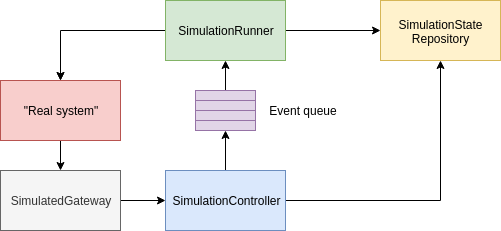
This is docs/img/simulation.png from outech-robotic/code, a draw.io export, as it was before one commit. Source tidied: cells renumbered, new cells last; positions are measured from the earlier drawing's top-left corner, leaving out a move shared by most shapes. Source of this version:
```xml
<mxGraphModel>
  <root>
    <mxCell id="0" />
    <mxCell id="1" parent="0" />
    <mxCell id="2" style="edgeStyle=orthogonalEdgeStyle;rounded=0;jettySize=auto;html=1;" parent="1" edge="1" source="3" target="6">
      <mxGeometry relative="1" as="geometry" />
    </mxCell>
    <mxCell id="3" value="SimulatedGateway" style="rounded=0;whiteSpace=wrap;html=1;fillColor=#f5f5f5;strokeColor=#666666;fontColor=#333333;" parent="1" vertex="1">
      <mxGeometry y="170" width="120" height="60" as="geometry" />
    </mxCell>
    <mxCell id="4" style="edgeStyle=orthogonalEdgeStyle;rounded=0;jettySize=auto;html=1;exitX=0.5;exitY=0;exitDx=0;exitDy=0;entryX=0.5;entryY=1;entryDx=0;entryDy=0;" parent="1" edge="1" source="6" target="18">
      <mxGeometry relative="1" as="geometry" />
    </mxCell>
    <mxCell id="5" style="edgeStyle=orthogonalEdgeStyle;rounded=0;jettySize=auto;html=1;exitX=1;exitY=0.5;exitDx=0;exitDy=0;entryX=0.5;entryY=1;entryDx=0;entryDy=0;" parent="1" edge="1" source="6" target="10">
      <mxGeometry relative="1" as="geometry" />
    </mxCell>
    <mxCell id="6" value="SimulationController" style="rounded=0;whiteSpace=wrap;html=1;fillColor=#dae8fc;strokeColor=#6c8ebf;" parent="1" vertex="1">
      <mxGeometry x="165" y="170" width="120" height="60" as="geometry" />
    </mxCell>
    <mxCell id="7" style="edgeStyle=orthogonalEdgeStyle;rounded=0;jettySize=auto;html=1;exitX=0.5;exitY=1;exitDx=0;exitDy=0;" parent="1" edge="1" source="8" target="3">
      <mxGeometry relative="1" as="geometry" />
    </mxCell>
    <mxCell id="8" value="&quot;Real system&quot;" style="rounded=0;whiteSpace=wrap;html=1;fillColor=#f8cecc;strokeColor=#b85450;" parent="1" vertex="1">
      <mxGeometry y="80" width="120" height="60" as="geometry" />
    </mxCell>
    <mxCell id="9" style="edgeStyle=orthogonalEdgeStyle;rounded=0;jettySize=auto;html=1;exitX=0.5;exitY=1;exitDx=0;exitDy=0;entryX=0.5;entryY=0;entryDx=0;entryDy=0;" parent="1" edge="1" target="8">
      <mxGeometry relative="1" as="geometry">
        <mxPoint x="60" y="50" as="sourcePoint" />
      </mxGeometry>
    </mxCell>
    <mxCell id="10" value="SimulationState&lt;br&gt;Repository" style="rounded=0;whiteSpace=wrap;html=1;fillColor=#fff2cc;strokeColor=#d6b656;" parent="1" vertex="1">
      <mxGeometry x="380" width="120" height="60" as="geometry" />
    </mxCell>
    <mxCell id="11" style="edgeStyle=orthogonalEdgeStyle;rounded=0;jettySize=auto;html=1;exitX=1;exitY=0.5;exitDx=0;exitDy=0;entryX=0;entryY=0.5;entryDx=0;entryDy=0;" parent="1" edge="1" source="13" target="10">
      <mxGeometry relative="1" as="geometry" />
    </mxCell>
    <mxCell id="12" style="edgeStyle=orthogonalEdgeStyle;rounded=0;jettySize=auto;html=1;exitX=0;exitY=0.5;exitDx=0;exitDy=0;" parent="1" edge="1" source="13">
      <mxGeometry relative="1" as="geometry">
        <mxPoint x="60" y="80" as="targetPoint" />
      </mxGeometry>
    </mxCell>
    <mxCell id="13" value="SimulationRunner" style="rounded=0;whiteSpace=wrap;html=1;fillColor=#d5e8d4;strokeColor=#82b366;" parent="1" vertex="1">
      <mxGeometry x="165" width="120" height="60" as="geometry" />
    </mxCell>
    <mxCell id="14" style="edgeStyle=orthogonalEdgeStyle;rounded=0;jettySize=auto;html=1;exitX=0.5;exitY=0;exitDx=0;exitDy=0;entryX=0.5;entryY=1;entryDx=0;entryDy=0;" parent="1" edge="1" source="15" target="13">
      <mxGeometry relative="1" as="geometry" />
    </mxCell>
    <mxCell id="15" style="rounded=0;whiteSpace=wrap;html=1;fillColor=#e1d5e7;strokeColor=#9673a6;" parent="1" vertex="1">
      <mxGeometry x="195" y="90" width="60" height="10" as="geometry" />
    </mxCell>
    <mxCell id="16" style="rounded=0;whiteSpace=wrap;html=1;fillColor=#e1d5e7;strokeColor=#9673a6;" parent="1" vertex="1">
      <mxGeometry x="195" y="100" width="60" height="10" as="geometry" />
    </mxCell>
    <mxCell id="17" style="rounded=0;whiteSpace=wrap;html=1;fillColor=#e1d5e7;strokeColor=#9673a6;" parent="1" vertex="1">
      <mxGeometry x="195" y="110" width="60" height="10" as="geometry" />
    </mxCell>
    <mxCell id="18" style="rounded=0;whiteSpace=wrap;html=1;fillColor=#e1d5e7;strokeColor=#9673a6;" parent="1" vertex="1">
      <mxGeometry x="195" y="120" width="60" height="10" as="geometry" />
    </mxCell>
    <mxCell id="19" value="Event queue" style="text;html=1;strokeColor=none;fillColor=none;align=center;verticalAlign=middle;whiteSpace=wrap;rounded=0;" parent="1" vertex="1">
      <mxGeometry x="265" y="100" width="75" height="20" as="geometry" />
    </mxCell>
  </root>
</mxGraphModel>
```
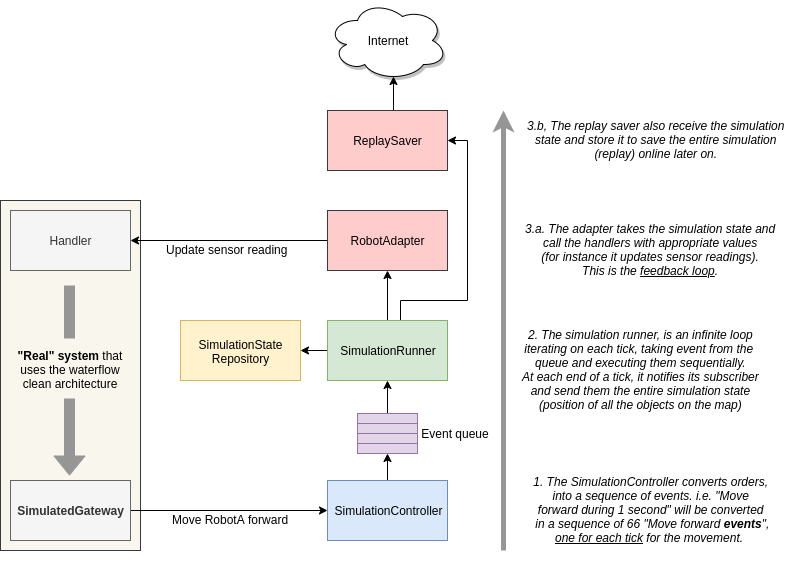
The same diagram one commit later.

The edit, as a diff of the source:
```diff
@@ -2,63 +2,112 @@
   <root>
     <mxCell id="0" />
     <mxCell id="1" parent="0" />
+    <mxCell id="8" style="rounded=0;whiteSpace=wrap;html=1;gradientDirection=east;fillColor=#f9f7ed;strokeColor=#36393d;" parent="1" vertex="1">
+      <mxGeometry x="-170" y="-10" width="140" height="350" as="geometry" />
+    </mxCell>
     <mxCell id="2" style="edgeStyle=orthogonalEdgeStyle;rounded=0;jettySize=auto;html=1;" parent="1" edge="1" source="3" target="6">
       <mxGeometry relative="1" as="geometry" />
     </mxCell>
-    <mxCell id="3" value="SimulatedGateway" style="rounded=0;whiteSpace=wrap;html=1;fillColor=#f5f5f5;strokeColor=#666666;fontColor=#333333;" parent="1" vertex="1">
-      <mxGeometry y="170" width="120" height="60" as="geometry" />
+    <mxCell id="3" value="SimulatedGateway" style="rounded=0;whiteSpace=wrap;html=1;fillColor=#f5f5f5;strokeColor=#666666;fontColor=#333333;fontStyle=1;" parent="1" vertex="1">
+      <mxGeometry x="-160" y="270" width="120" height="60" as="geometry" />
     </mxCell>
     <mxCell id="4" style="edgeStyle=orthogonalEdgeStyle;rounded=0;jettySize=auto;html=1;exitX=0.5;exitY=0;exitDx=0;exitDy=0;entryX=0.5;entryY=1;entryDx=0;entryDy=0;" parent="1" edge="1" source="6" target="18">
       <mxGeometry relative="1" as="geometry" />
     </mxCell>
-    <mxCell id="5" style="edgeStyle=orthogonalEdgeStyle;rounded=0;jettySize=auto;html=1;exitX=1;exitY=0.5;exitDx=0;exitDy=0;entryX=0.5;entryY=1;entryDx=0;entryDy=0;" parent="1" edge="1" source="6" target="10">
-      <mxGeometry relative="1" as="geometry" />
-    </mxCell>
     <mxCell id="6" value="SimulationController" style="rounded=0;whiteSpace=wrap;html=1;fillColor=#dae8fc;strokeColor=#6c8ebf;" parent="1" vertex="1">
-      <mxGeometry x="165" y="170" width="120" height="60" as="geometry" />
+      <mxGeometry x="157" y="270" width="120" height="60" as="geometry" />
     </mxCell>
-    <mxCell id="7" style="edgeStyle=orthogonalEdgeStyle;rounded=0;jettySize=auto;html=1;exitX=0.5;exitY=1;exitDx=0;exitDy=0;" parent="1" edge="1" source="8" target="3">
-      <mxGeometry relative="1" as="geometry" />
-    </mxCell>
-    <mxCell id="8" value="&quot;Real system&quot;" style="rounded=0;whiteSpace=wrap;html=1;fillColor=#f8cecc;strokeColor=#b85450;" parent="1" vertex="1">
-      <mxGeometry y="80" width="120" height="60" as="geometry" />
-    </mxCell>
-    <mxCell id="9" style="edgeStyle=orthogonalEdgeStyle;rounded=0;jettySize=auto;html=1;exitX=0.5;exitY=1;exitDx=0;exitDy=0;entryX=0.5;entryY=0;entryDx=0;entryDy=0;" parent="1" edge="1" target="8">
-      <mxGeometry relative="1" as="geometry">
-        <mxPoint x="60" y="50" as="sourcePoint" />
-      </mxGeometry>
-    </mxCell>
-    <mxCell id="10" value="SimulationState&lt;br&gt;Repository" style="rounded=0;whiteSpace=wrap;html=1;fillColor=#fff2cc;strokeColor=#d6b656;" parent="1" vertex="1">
-      <mxGeometry x="380" width="120" height="60" as="geometry" />
-    </mxCell>
-    <mxCell id="11" style="edgeStyle=orthogonalEdgeStyle;rounded=0;jettySize=auto;html=1;exitX=1;exitY=0.5;exitDx=0;exitDy=0;entryX=0;entryY=0.5;entryDx=0;entryDy=0;" parent="1" edge="1" source="13" target="10">
+    <mxCell id="11" style="edgeStyle=orthogonalEdgeStyle;rounded=0;jettySize=auto;html=1;exitX=0;exitY=0.5;exitDx=0;exitDy=0;entryX=1;entryY=0.5;entryDx=0;entryDy=0;" parent="1" edge="1" source="13" target="10">
       <mxGeometry relative="1" as="geometry" />
     </mxCell>
-    <mxCell id="12" style="edgeStyle=orthogonalEdgeStyle;rounded=0;jettySize=auto;html=1;exitX=0;exitY=0.5;exitDx=0;exitDy=0;" parent="1" edge="1" source="13">
-      <mxGeometry relative="1" as="geometry">
-        <mxPoint x="60" y="80" as="targetPoint" />
-      </mxGeometry>
-    </mxCell>
+    <mxCell id="20" style="edgeStyle=orthogonalEdgeStyle;rounded=0;jettySize=auto;html=1;exitX=0.5;exitY=0;exitDx=0;exitDy=0;entryX=0.5;entryY=1;entryDx=0;entryDy=0;" parent="1" edge="1" source="13" target="29">
+      <mxGeometry relative="1" as="geometry" />
+    </mxCell>
+    <mxCell id="21" style="edgeStyle=orthogonalEdgeStyle;rounded=0;jettySize=auto;html=1;exitX=0.578;exitY=0.02;exitDx=0;exitDy=0;entryX=1;entryY=0.5;entryDx=0;entryDy=0;exitPerimeter=0;" parent="1" edge="1" source="13" target="25">
+      <mxGeometry relative="1" as="geometry">
+        <Array as="points">
+          <mxPoint x="226" y="110" />
+          <mxPoint x="230" y="110" />
+          <mxPoint x="230" y="90" />
+          <mxPoint x="297" y="90" />
+          <mxPoint x="297" y="-70" />
+        </Array>
+      </mxGeometry>
+    </mxCell>
     <mxCell id="13" value="SimulationRunner" style="rounded=0;whiteSpace=wrap;html=1;fillColor=#d5e8d4;strokeColor=#82b366;" parent="1" vertex="1">
-      <mxGeometry x="165" width="120" height="60" as="geometry" />
+      <mxGeometry x="157" y="110" width="120" height="60" as="geometry" />
     </mxCell>
     <mxCell id="14" style="edgeStyle=orthogonalEdgeStyle;rounded=0;jettySize=auto;html=1;exitX=0.5;exitY=0;exitDx=0;exitDy=0;entryX=0.5;entryY=1;entryDx=0;entryDy=0;" parent="1" edge="1" source="15" target="13">
       <mxGeometry relative="1" as="geometry" />
     </mxCell>
     <mxCell id="15" style="rounded=0;whiteSpace=wrap;html=1;fillColor=#e1d5e7;strokeColor=#9673a6;" parent="1" vertex="1">
-      <mxGeometry x="195" y="90" width="60" height="10" as="geometry" />
+      <mxGeometry x="187" y="203" width="60" height="10" as="geometry" />
     </mxCell>
     <mxCell id="16" style="rounded=0;whiteSpace=wrap;html=1;fillColor=#e1d5e7;strokeColor=#9673a6;" parent="1" vertex="1">
-      <mxGeometry x="195" y="100" width="60" height="10" as="geometry" />
+      <mxGeometry x="187" y="213" width="60" height="10" as="geometry" />
     </mxCell>
     <mxCell id="17" style="rounded=0;whiteSpace=wrap;html=1;fillColor=#e1d5e7;strokeColor=#9673a6;" parent="1" vertex="1">
-      <mxGeometry x="195" y="110" width="60" height="10" as="geometry" />
+      <mxGeometry x="187" y="223" width="60" height="10" as="geometry" />
     </mxCell>
     <mxCell id="18" style="rounded=0;whiteSpace=wrap;html=1;fillColor=#e1d5e7;strokeColor=#9673a6;" parent="1" vertex="1">
-      <mxGeometry x="195" y="120" width="60" height="10" as="geometry" />
+      <mxGeometry x="187" y="233" width="60" height="10" as="geometry" />
     </mxCell>
     <mxCell id="19" value="Event queue" style="text;html=1;strokeColor=none;fillColor=none;align=center;verticalAlign=middle;whiteSpace=wrap;rounded=0;" parent="1" vertex="1">
-      <mxGeometry x="265" y="100" width="75" height="20" as="geometry" />
+      <mxGeometry x="247" y="213" width="75" height="20" as="geometry" />
     </mxCell>
+    <mxCell id="22" value="Handler" style="rounded=0;whiteSpace=wrap;html=1;fillColor=#f5f5f5;strokeColor=#666666;fontColor=#333333;" parent="1" vertex="1">
+      <mxGeometry x="-160" width="120" height="60" as="geometry" />
+    </mxCell>
+    <mxCell id="23" style="edgeStyle=orthogonalEdgeStyle;rounded=0;jettySize=auto;html=1;exitX=0;exitY=0.5;exitDx=0;exitDy=0;entryX=1;entryY=0.5;entryDx=0;entryDy=0;" parent="1" edge="1" source="29" target="22">
+      <mxGeometry relative="1" as="geometry" />
+    </mxCell>
+    <mxCell id="24" style="edgeStyle=orthogonalEdgeStyle;rounded=0;jettySize=auto;html=1;exitX=0.5;exitY=0;exitDx=0;exitDy=0;entryX=0.55;entryY=0.95;entryDx=0;entryDy=0;entryPerimeter=0;strokeColor=#000000;strokeWidth=1;fillColor=#969696;" parent="1" edge="1" source="25" target="26">
+      <mxGeometry relative="1" as="geometry" />
+    </mxCell>
+    <mxCell id="25" value="ReplaySaver" style="rounded=0;whiteSpace=wrap;html=1;fillColor=#ffcccc;strokeColor=#36393d;" parent="1" vertex="1">
+      <mxGeometry x="157" y="-100" width="120" height="60" as="geometry" />
+    </mxCell>
+    <mxCell id="26" value="Internet" style="ellipse;shape=cloud;whiteSpace=wrap;html=1;shadow=1;" parent="1" vertex="1">
+      <mxGeometry x="157" y="-210" width="120" height="80" as="geometry" />
+    </mxCell>
+    <mxCell id="27" value="&lt;i&gt;1. The SimulationController converts orders,&lt;br&gt;into a sequence of events. i.e. &quot;Move&lt;br&gt;forward during 1 second&quot; will be converted&lt;br&gt;&amp;nbsp;in a sequence of 66 &quot;Move forward &lt;b&gt;events&lt;/b&gt;&quot;,&lt;br&gt;&lt;u&gt;one for each tick&lt;/u&gt; for the movement.&amp;nbsp;&lt;/i&gt;" style="text;html=1;align=center;verticalAlign=middle;spacingTop=-4;labelBorderColor=none;horizontal=1;" parent="1" vertex="1">
+      <mxGeometry x="355" y="265" width="250" height="70" as="geometry" />
+    </mxCell>
+    <mxCell id="28" value="&lt;i&gt;2. The simulation runner, is an infinite loop&lt;br&gt;iterating on each tick, taking event from the &lt;br&gt;queue and executing them sequentially.&lt;br&gt;At each end of a tick, it notifies its subscriber&lt;br&gt;&amp;nbsp;and send them the entire simulation state &lt;br&gt;(position of all the objects on the map)&lt;br&gt;&lt;/i&gt;" style="text;html=1;align=center;verticalAlign=middle;spacingTop=-4;labelBorderColor=none;horizontal=1;" parent="1" vertex="1">
+      <mxGeometry x="345" y="120" width="250" height="80" as="geometry" />
+    </mxCell>
+    <mxCell id="29" value="RobotAdapter" style="rounded=0;whiteSpace=wrap;html=1;fillColor=#ffcccc;strokeColor=#36393d;" parent="1" vertex="1">
+      <mxGeometry x="157" width="120" height="60" as="geometry" />
+    </mxCell>
+    <mxCell id="10" value="SimulationState&lt;br&gt;Repository" style="rounded=0;whiteSpace=wrap;html=1;fillColor=#fff2cc;strokeColor=#d6b656;" parent="1" vertex="1">
+      <mxGeometry x="10" y="110" width="120" height="60" as="geometry" />
+    </mxCell>
+    <mxCell id="30" value="&lt;i&gt;3.a. The adapter takes the simulation state and&lt;br&gt;call the handlers with appropriate values&lt;br&gt;(for instance it updates sensor readings).&lt;br&gt;This is the &lt;/i&gt;&lt;i&gt;&lt;u&gt;feedback loop&lt;/u&gt;.&lt;/i&gt;" style="text;html=1;align=center;verticalAlign=middle;spacingTop=-4;labelBorderColor=none;horizontal=1;" parent="1" vertex="1">
+      <mxGeometry x="345" y="10" width="270" height="60" as="geometry" />
+    </mxCell>
+    <mxCell id="31" value="&lt;i&gt;3.b, The replay saver also receive the simulation&lt;br&gt;state and store it to save the entire simulation&lt;br&gt;(replay) online later on.&lt;br&gt;&lt;/i&gt;" style="text;html=1;align=center;verticalAlign=middle;spacingTop=-4;labelBorderColor=none;horizontal=1;" parent="1" vertex="1">
+      <mxGeometry x="350" y="-90" width="270" height="40" as="geometry" />
+    </mxCell>
+    <mxCell id="32" style="endArrow=classic;html=1;strokeWidth=5;strokeColor=#969696;" parent="1" edge="1">
+      <mxGeometry relative="1" as="geometry">
+        <mxPoint x="333" y="340" as="sourcePoint" />
+        <mxPoint x="333" y="-100" as="targetPoint" />
+      </mxGeometry>
+    </mxCell>
+    <mxCell id="33" style="endArrow=classic;html=1;strokeColor=#969696;strokeWidth=1;shape=flexArrow;fillColor=#969696;" parent="1" edge="1">
+      <mxGeometry relative="1" as="geometry">
+        <mxPoint x="-101" y="75" as="sourcePoint" />
+        <mxPoint x="-101" y="265" as="targetPoint" />
+      </mxGeometry>
+    </mxCell>
+    <mxCell id="34" value="&lt;b&gt;&quot;Real&quot; system &lt;/b&gt;that&lt;br&gt;uses the waterflow&lt;br&gt;clean architecture" style="rounded=0;whiteSpace=wrap;html=1;shadow=0;fillColor=#F9F7ED;align=center;strokeColor=none;" parent="1" vertex="1">
+      <mxGeometry x="-161" y="128" width="120" height="60" as="geometry" />
+    </mxCell>
+    <mxCell id="35" value="Move RobotA forward" style="text;html=1;align=left;verticalAlign=top;spacingTop=-4;" parent="1" vertex="1">
+      <mxGeometry y="300" width="130" height="20" as="geometry" />
+    </mxCell>
+    <mxCell id="36" value="Update sensor reading" style="text;html=1;align=left;verticalAlign=top;spacingTop=-4;" parent="1" vertex="1">
+      <mxGeometry x="-6.5" y="30" width="140" height="20" as="geometry" />
+    </mxCell>
   </root>
 </mxGraphModel>
```
